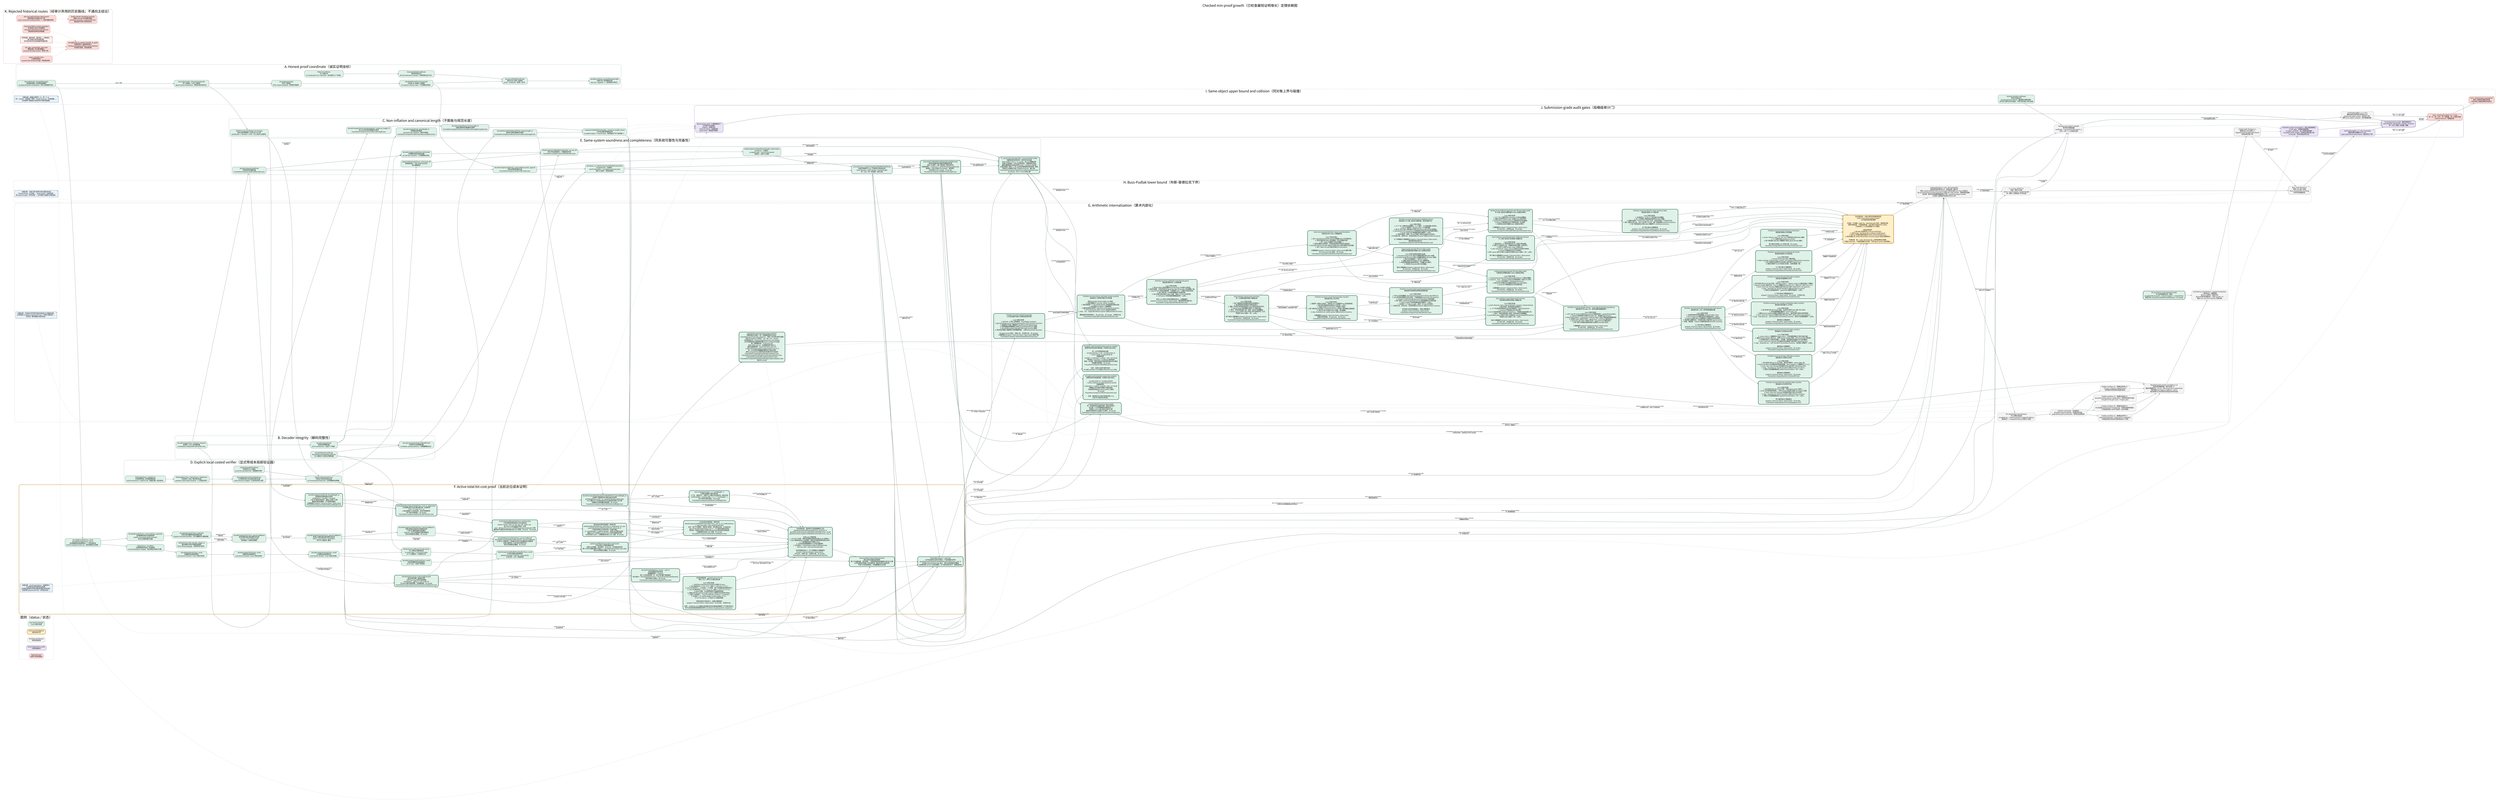
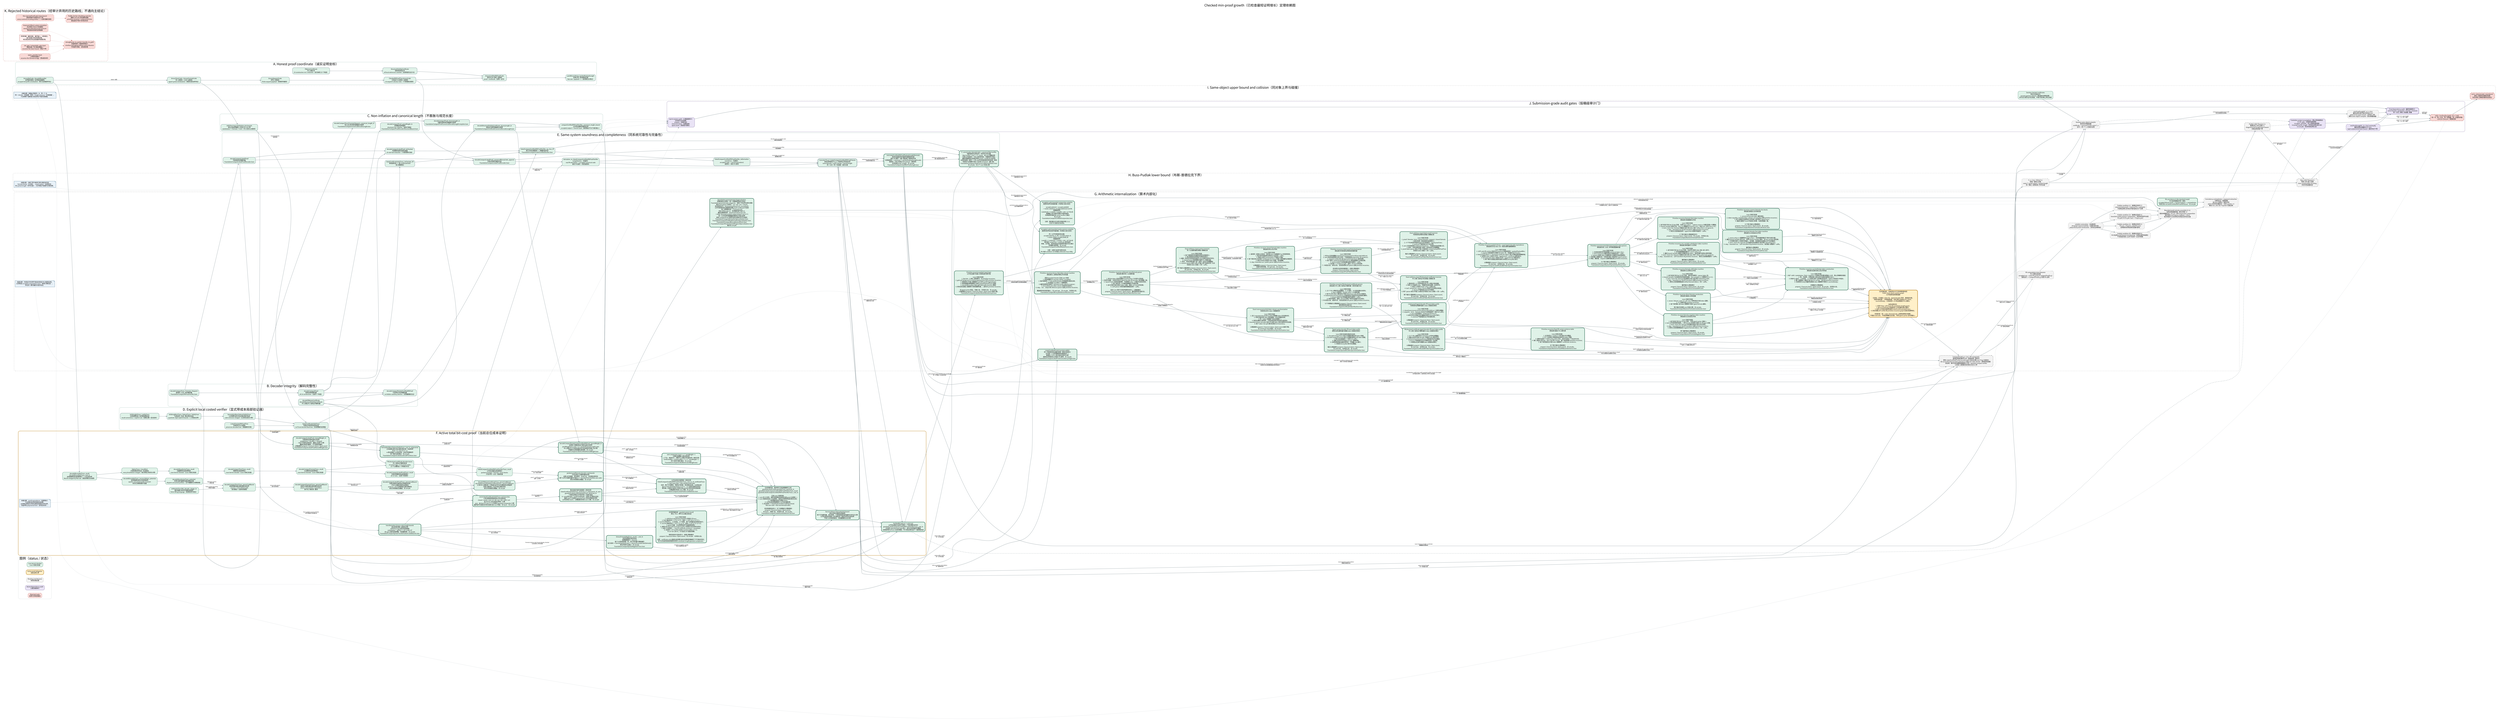
digraph CheckedMinProofDependencies {
  graph [
    rankdir=LR,
    bgcolor="white",
    compound=true,
    newrank=true,
    pad="0.35",
    nodesep="0.30",
    ranksep="0.62",
    fontname="Noto Sans CJK SC",
    fontsize=24,
    label="Checked min-proof growth（已检查最短证明增长）定理依赖图",
    labelloc="t",
    labeljust="c"
  ];
  node [
    shape=box,
    style="rounded,filled",
    fontname="Noto Sans CJK SC",
    fontsize=10.5,
    color="#526d75",
    fillcolor="#eef3f4",
    margin="0.14,0.09",
    penwidth=1.2
  ];
  edge [
    fontname="Noto Sans CJK SC",
    fontsize=8.5,
    color="#65777d",
    arrowsize=0.68,
    penwidth=1.05
  ];

  subgraph cluster_legend {
    label="图例（status / 状态）";
    color="#c8d1d4";
    style="rounded";
    done [label="Lean kernel checked\nLean 内核已检查", fillcolor="#dff2e8", color="#3f7c66"];
    active [label="Active proof obligation\n当前证明义务", fillcolor="#fff0c9", color="#b37a12", penwidth=2.2];
    pending [label="Pending root theorem\n待闭合根定理", fillcolor="#f3f3f3", color="#777777", style="rounded,filled,dashed"];
    audit [label="Axiom/dependency audit\n公理/依赖审计", fillcolor="#e9e3f5", color="#76639a"];
    rejected [label="Rejected route\n经审计弃用的路线", fillcolor="#f8d9d6", color="#a8443d", style="rounded,filled,dashed"];
  }

  subgraph cluster_coordinate {
    label="A. Honest proof coordinate（诚实证明坐标）";
    color="#8fb7aa";
    style="rounded";

    natcode [label="binaryNatCode / decodeBinaryNat\n自然数前缀码 / 自然数前缀解码\nescaped-bit prefix serialization（转义位前缀序列化）", fillcolor="#dff2e8"];
    syntaxcode [label="binaryTermCode + binaryFormulaCode\n项二进制码 + 公式二进制码\ntyped syntax serialization（类型化语法序列化）", fillcolor="#dff2e8"];
    sequentcode [label="binarySequentCode\n序列二进制码\nfinite sequent payload（有限序列载荷）", fillcolor="#dff2e8"];
    prooftree [label="CheckedPAProofTree.binaryCode\n已检查 PA 证明树二进制码\n10 sequent-calculus rules（十条相继式规则）", fillcolor="#dff2e8"];
    axiomcert [label="PAAxiomCertificate\nPA 公理证书\n23 constructors incl. induction（含归纳的 23 个构造）", fillcolor="#dff2e8"];
    structcert [label="StructuralValidityCertificate\n结构有效性证书\nall local witnesses counted（全部局部见证计长）", fillcolor="#dff2e8"];
    certifiedcode [label="binaryCertifiedPAProofCode\n带证书 PA 证明二进制码\nproof + certificate（证明 + 证书）", fillcolor="#dff2e8"];
    packedcode [label="packBinaryString / packedPayloadLength\n位串打包 / 有效载荷长度\nNat.size = payload + 1（自然数位长等式）", fillcolor="#dff2e8"];

    natcode -> syntaxcode [label="labels / 标签"];
    syntaxcode -> sequentcode;
    sequentcode -> prooftree;
    axiomcert -> structcert;
    prooftree -> certifiedcode;
    structcert -> certifiedcode;
    certifiedcode -> packedcode;
  }

  subgraph cluster_decoder {
    label="B. Decoder integrity（解码完整性）";
    color="#8fb7aa";
    style="rounded";

    typeddecoder [label="decodeCompactTerm / Formula / Sequent\n紧凑项 / 公式 / 序列解码器\nFoundationCompactPAProofVerifier.lean", fillcolor="#dff2e8"];
    proofdecoder [label="decodeCompactProof\n紧凑证明树解码器\nall 10 constructors（全部十个构造）", fillcolor="#dff2e8"];
    certdecoder [label="decodePAAxiomCertificate\ndecodeStructuralValidityCertificate\nPA 公理证书 / 结构证书解码器", fillcolor="#dff2e8"];
    packeddecoder [label="decodeCompactPackedCertifiedPAProof\n打包带证书证明解码器\nno hidden auxiliary witness（无隐藏辅助见证）", fillcolor="#dff2e8"];

    typeddecoder -> proofdecoder;
    certdecoder -> packeddecoder;
    proofdecoder -> packeddecoder;
  }

  subgraph cluster_size {
    label="C. Non-inflation and canonical length（不膨胀与规范长度）";
    color="#8fb7aa";
    style="rounded";

    structural [label="decodeCompactProof_parseWeight_le\n证明解码结构量界\nstructural non-inflation（结构不膨胀）\nFoundationCompactProofDecoderStructuralBound.lean", fillcolor="#dff2e8"];
    syntaxcanonical [label="decodeCompactTerm/Formula/Sequent_canonical_length_le\n项/公式/序列规范重编码长度界\nFoundationCompactCanonicalDecodeLength.lean", fillcolor="#dff2e8"];
    proofcanonical [label="decodeCompactProof_binaryLength_le\n完整证明树规范重编码长度界\nFoundationCompactProofCanonicalDecodeLengthComplete.lean", fillcolor="#dff2e8"];
    certcanonical [label="decodeStructuralValidityCertificate_binaryLength_le\n结构证书规范重编码长度界\nFoundationCompactCertificateCanonicalDecodeLength.lean", fillcolor="#dff2e8"];
    totalcanonical [label="compactCertifiedPAProofVerifier_canonical_length_bound\n公开验证器规范载荷总界\naccepted output <= honest input（接受输出不长于诚实输入）", fillcolor="#dff2e8"];
    transformsize [label="shift/free/neg/substitution size bounds\n移位/自由变量嵌入/否定/代入大小界\nsubstitution <= formula × term（代入至多公式乘项）", fillcolor="#dff2e8"];

    typeddecoder -> syntaxcanonical;
    proofdecoder -> structural;
    syntaxcanonical -> proofcanonical;
    certdecoder -> certcanonical;
    proofcanonical -> totalcanonical;
    certcanonical -> totalcanonical;
    syntaxcode -> transformsize;
  }

  subgraph cluster_explicit_local {
    label="D. Explicit local costed verifier（显式带成本局部验证器）";
    color="#8fb7aa";
    style="rounded";

    biteq [label="bitStringEqTrace / natEqTrace\n位串相等轨迹 / 自然数相等轨迹\nresult correctness + explicit cost（结果正确 + 显式成本）", fillcolor="#dff2e8"];
    bitset [label="bitStringMemTrace / SubsetTrace / SetEqTrace\n位串成员 / 包含 / 集合等价轨迹\nquadratic-style explicit bounds（二次型显式界）", fillcolor="#dff2e8"];
    formulalist [label="formulaEq/Mem/Subset/SetEqTrace\n公式相等/成员/包含/集合等价轨迹\ncode emission charged（公式码生成已计费）", fillcolor="#dff2e8"];
    listedtree [label="ListedCheckedPAProofTree\n列表序列 PA 证明树\npreserves decoded lists（保留解码列表）", fillcolor="#dff2e8"];
    listedcert [label="listedCertificateValidTrace\n列表证书有效性成本轨迹\nno Finset decide black box（无有限集判定黑箱）", fillcolor="#dff2e8"];

    biteq -> bitset;
    bitset -> formulalist;
    listedtree -> listedcert;
    formulalist -> listedcert;
    transformsize -> listedcert [label="local transforms\n局部变换"];
  }

  subgraph cluster_same_system {
    label="E. Same-system soundness and completeness（同系统可靠性与完备性）";
    color="#8fb7aa";
    style="rounded";

    listdecoder [label="decodeCompactListedProof\n列表保持证明解码器\nFoundationCompactListedProofDecoder.lean", fillcolor="#dff2e8"];
    projection [label="decodeCompactListedProof_toChecked\n列表解码投影到原检查器\n10-rule fuel induction（十规则燃料归纳）", fillcolor="#dff2e8"];
    localiff [label="listedCertificateValidTrace_toChecked_iff\n新局部轨迹 <-> 原 certificateValid\n语义精确等价", fillcolor="#dff2e8"];
    publiciff [label="listedCompactCertifiedPAProofVerifier_eq_true_iff\n新公开验证器接受 <-> 精确检查关系\nFoundationCompactListedCertifiedVerifier.lean", fillcolor="#dff2e8"];
    soundness [label="listedCompactCertifiedPAProofVerifier_toDerivation\nsoundness（可靠性）\naccepted code -> real PA Derivation2\n接受码 -> 真实 PA 推导", fillcolor="#dff2e8"];
    listencoder [label="decodeCompactListedProof_canonicalBinaryCode_append\n列表证明规范编码往返\nFoundationCompactListedProofEncoder.lean", fillcolor="#dff2e8"];
    completeness [label="derivation_to_listedCompactCertifiedPAProofVerifier\ncompleteness（完备性）\nreal PA derivation -> accepted canonical code\n真实 PA 推导 -> 规范接受码", fillcolor="#dff2e8"];
    predicate [label="Concrete P(x,y) / ListedCompactCertifiedPAProofChecks\n具体证明谓词 P(x,y) / 列表带证书检查关系\nsame formula + same checker + honest length\n同一公式 + 同一检查器 + 诚实长度", fillcolor="#dff2e8", penwidth=2.0];
    minmeasure [
      label="minListedCertifiedPAProofPayloadLength(formula)\n具体检查器诱导的最短完整载荷长度\n真实 PA 推导 -> 最小值由某个接受码实现\n任意接受码 -> minimum <= packedPayloadLength(code)\n接受码 -> 同公式真实 Derivation2（推导树）\n无项目级 proof_length；无 sorryAx\nFoundationCompactListedMinProofLength.lean",
      fillcolor="#dff2e8", color="#2f6f57", penwidth=2.8
    ];
    canonicalnormalize [
      label="P_canon(code, formulaCode) + canonical Bool verifier\n纯数值规范证明关系 + 规范布尔验证器\nBool verifier = true <-> P_canon，由 Lean 精确证明\n任意公开接受码 -> 同公式码规范码，完整载荷不增长\n最短完整载荷必由真实规范 proof + certificate 码实现\n全体码有限一致性 <-> 同 cutoff 的纯数值规范码有限一致性\n非规范/冗余编码不能人为压低 minimum（最小值）\nFoundationCompactListedCanonicalNormalization.lean\n无 sorryAx；仅三个 Lean 标准公理",
      fillcolor="#dff2e8", color="#2f6f57", penwidth=2.8
    ];

    typeddecoder -> listdecoder;
    listdecoder -> projection;
    proofdecoder -> projection;
    listedcert -> localiff;
    projection -> publiciff;
    localiff -> publiciff;
    packeddecoder -> publiciff;
    publiciff -> soundness;
    prooftree -> listencoder;
    listdecoder -> listencoder;
    listencoder -> completeness;
    listedcert -> completeness;
    soundness -> predicate;
    completeness -> predicate;
    predicate -> minmeasure [label="minimum over accepted codes\n对接受码取最小值"];
    completeness -> minmeasure [label="nonempty accepted set\n接受集合非空"];
    publiciff -> canonicalnormalize [label="decode every accepted code\n解码任意接受码"];
    listencoder -> canonicalnormalize [label="canonical re-encoding\n规范重编码"];
    totalcanonical -> canonicalnormalize [label="no payload growth\n载荷不增长"];
    minmeasure -> canonicalnormalize [label="minimum realized canonically\n最小值由规范码实现"];
  }

  subgraph cluster_cost_active {
    label="F. Active total bit-cost proof（当前总位成本证明）";
    color="#c18a27";
    style="rounded,bold";

    nattrace [label="decodeBinaryNatTrace_result\ndecodeBinaryNatTrace_cost_le\n自然数解码轨迹结果等价 + 二次位成本界\nNat.bit charged by Nat.size（按自然数位长收费）", fillcolor="#dff2e8", color="#3f7c66"];
    tracebind [label="OptionTrace + traceBind\n可选结果成本轨迹 + 轨迹绑定\nevery bind/failure charged（每次绑定/失败均计费）", fillcolor="#dff2e8", color="#3f7c66"];
    vectortrace [label="decodeManyVectorTrace_result\n向量解码轨迹结果等价\nLean kernel checked（Lean 内核已检查）", fillcolor="#dff2e8", color="#3f7c66"];
    termtrace [label="decodeCompactTermTrace_result\n项解码轨迹结果等价\nLean kernel checked（Lean 内核已检查）", fillcolor="#dff2e8", color="#3f7c66"];
    formulatrace [label="decodeCompactFormulaTrace_result\n公式解码轨迹结果等价\nLean kernel checked（Lean 内核已检查）", fillcolor="#dff2e8", color="#3f7c66"];
    prooftrace [label="decodeCompactListedProofTrace_result\n列表证明解码轨迹结果等价\nall 10 rules（全部十条规则）", fillcolor="#dff2e8", color="#3f7c66"];
    certtrace [label="PA/structural certificate decoder traces\nPA / 结构证书解码轨迹\n23 axiom tags + 4 recursive nodes\n23 个公理标签 + 4 种递归节点", fillcolor="#dff2e8", color="#3f7c66"];
    publictrace [label="listedCompactCertifiedPAProofVerifierTrace_result\n公开验证器轨迹结果等价\npacked envelope + formula + local checks\n打包外壳 + 公式 + 局部检查", fillcolor="#dff2e8", color="#3f7c66"];
    natpotential [label="decodeBinaryNatTrace_success/failure_potential\n自然数解码成功/失败势能界\nquartic consumed-prefix invariant\n四次已消费前缀不变量", fillcolor="#dff2e8", color="#3f7c66"];
    vectorpotential [label="decodeManyVectorTrace_potential\n任意长度向量解码摊还势能定理\ndisjoint consumed prefixes（互不重叠的已消费前缀）", fillcolor="#dff2e8", color="#3f7c66"];
    symbolcharge [label="arithmeticFunc/Rel_decode_charge_le\n算术函数/关系符号解码收费界\nfinite ORing language（有限有序环语言）", fillcolor="#dff2e8", color="#3f7c66"];
    termpotential [label="decodeCompactTermTrace_parserCostBound\n紧凑项解码器全路径摊还成本界\nsuccess + every failure path\n成功路径 + 全部失败路径", fillcolor="#dff2e8", color="#3f7c66"];
    formulapotential [label="decodeCompactFormulaTrace_parserCostBound\n紧凑公式解码器全路径摊还成本界\natoms / connectives / quantifiers\n原子式 / 联结词 / 量词", fillcolor="#dff2e8", color="#3f7c66"];
    proofpotential [
      label="decodeCompactListedProofTrace_parserCostBound\n列表证明树全路径四次势能成本界\n十条 PA 相继式规则全部通过\nand/cut 二叉子证明势能已望远镜相消\n成功/失败路径全覆盖；无 sorryAx",
      fillcolor="#dff2e8", color="#3f7c66"
    ];
    certpotential [
      label="decodePAAxiomCertificateTrace_parserCostBound\ndecodeStructuralValidityCertificateTrace_parserCostBound\n23 种 PA 公理标签 + 4 种递归证书节点全路径四次势能界\n归纳公理体和二元证书树已摊还闭合\n成功/失败路径全覆盖；无 sorryAx",
      fillcolor="#dff2e8", color="#3f7c66", penwidth=2.2
    ];
    packedcost [
      label="packed proof/formula decoder cost bounds\n打包证明/公式解码器成本界\n证明+证书串联、末位哨兵、dropLast、空后缀全部闭合\n两个公开打包解码器均不超过 2 × decoderPotential(Nat.size code)\n成功/失败路径全覆盖；无 sorryAx",
      fillcolor="#dff2e8", color="#2f6f57", penwidth=2.8
    ];
    transformcode [
      label="transformation binary-code length bounds\n语法变换完整二进制码长界\nshift/free/neg 均至多线性膨胀\nsubstitution：|phi[t]| <= 3(F+1)(W+1)F\n含 qpow 量词深度预算；无隐藏参数；无 sorryAx\nFoundationCompactSyntaxTransformationCodeBounds.lean",
      fillcolor="#dff2e8", color="#2f6f57", penwidth=2.8
    ];
    negtrace [
      label="binaryFormulaNegTrace_result / _cost_le\n否定变换真实递归轨迹\n结果精确等于 ∼formula\n每个公式构造收费一步；原子项向量不重复遍历\n执行成本 <= formulaSymbolCount <= |binaryFormulaCode(formula)|\n单文件探针已通过；无 sorryAx\nFoundationCompactSyntaxNegationTrace.lean",
      fillcolor="#dff2e8", color="#2f6f57", penwidth=2.8
    ];
    axmjoint [
      label="axm comparator input <= 2 * jointWeight + 1\n公理比较器输入联合坐标界\n上下文、候选句子、完整 PA 公理证书均落在同一诚实位权\ncertificateBits + sentenceBits + 1 <= 2 * jointWeight + 1\n四个坐标引理已通过；无 sorryAx\nFoundationCompactListedAxiomJointWeight.lean",
      fillcolor="#dff2e8", color="#2f6f57", penwidth=2.8
    ];
    honestproof [
      label="decodeCompactListedProof_honestWeight_le\n列表保持证明树诚实位权界\nweight(tree) + 8|suffix| <= 8|input|\n十条 PA 规则全部闭合；重复公式逐个计费\n覆盖任意成功解码，不只是规范编码\n公理画像仅 propext / Classical.choice / Quot.sound\nFoundationCompactListedProofHonestWeight.lean",
      fillcolor="#dff2e8", color="#2f6f57", penwidth=2.8
    ];
    honestcert [
      label="decodeCompactPackedListedCertifiedPAProof_honestWeight_le\n证明树+完整结构证书联合诚实位权界\njointWeight(tree,cert) <= 8 * packedPayloadLength(code)\nPA 公理证书 23 标签及递归证书全部由实际输入位计费\n无辅助见证和隐藏长度参数；无 sorryAx\nFoundationCompactListedCertifiedHonestWeight.lean",
      fillcolor="#dff2e8", color="#2f6f57", penwidth=2.8
    ];
    localprimitives [
      label="formulaEq/Mem/Subset/SetEqTrace_cost_le_polynomial\n公式相等/成员/包含/集合等价统一位成本界\nP(w) = 4 + 2(w+3)^2 + w\nw 是全部输入公式码位权，包含列表重复项\n四个端点全部通过；无 sorryAx\nFoundationCompactListedLocalCostPrimitives.lean",
      fillcolor="#dff2e8", color="#2f6f57", penwidth=2.8
    ];
    localbranches9 [
      label="10/10 listedCertificateValidTrace cost branches\n十条证明规则局部成本分支全部闭合\nclosed / verum / and / or / all / exs / wk / shift / cut：\n由 P(G(w)) 及生成语法界统一计费\naxm：由 A(w)=K*(2w+1)^12 的真实 guarded comparator 计费\n最终每节点固定多项式包络已由 Lean 检查；无 haxm、无 sorryAx",
      fillcolor="#dff2e8", color="#2f6f57", penwidth=2.8
    ];
    localinduction [
      label="联合坐标内部归纳骨架 + 具体实例\nlistedCertificateValidTrace_jointCost_le_polynomial_of_axm\nguardedListedCertificateValidTrace_jointCost_le\n十规则证明树/证书同步统一归纳已通过\nb = proofWeight + certificateWeight（证明+证书联合位权）\n抽象 haxm 已由真实 guarded axm 成本定理具体消除\n公开实例无 haxm；公理画像仅标准 Lean 公理；无 sorryAx",
      fillcolor="#dff2e8", color="#2f6f57", penwidth=2.8
    ];
    publicskeleton [
      label="公开总成本内部骨架 + 具体实例\nlistedCompactCertifiedPAProofVerifierTrace_cost_le_of_certificateTrace\ns = Nat.size(code) + Nat.size(formulaCode)\n合并：两个打包解码、局部证书检查、结论集合比较、公式码比较\nQ(s)=4*decoderPotential(s)+L(s)+1，L(s) 是显式固定多项式\n原先唯一内部证书成本义务现已由 guarded 联合成本定理消除\n公理画像仅标准 Lean 公理；无 sorryAx\nFoundationCompactListedPublicCostSkeleton.lean",
      fillcolor="#dff2e8", color="#2f6f57", penwidth=2.8
    ];
    publiccost [
      label="【主终端完成：具体带守卫检查器最终汇合】\nguardedListedCertificateValidTrace_jointCost_le\nguardedListedCompactCertifiedPAProofVerifierTrace_result\nguardedListedCompactCertifiedPAProofVerifierTrace_cost_le\n\n已由 Lean 内核检查：\n1. axm 的 23 标签、接受/拒绝路径和候选长度 guard 全部统一；\n2. axm 局部成本进入与证明树、结构证书相同的诚实联合位权；\n3. 十规则整树成本不再带 haxm；\n4. 公开轨迹结果精确等于公开验证器结果；\n5. 总位成本 <= listedPublicVerifierCostPolynomial(\n   Nat.size code + Nat.size formulaCode)。\n\n定向构建退出码 0；五个关键端点公理画像仅\npropext / Classical.choice / Quot.sound。\n无 haxm、无输入包、无项目公设、无 sorryAx。\nFoundationCompactListedGuardedAxiomCost.lean",
      fillcolor="#dff2e8", color="#2f6f57", penwidth=2.8
    ];
    amortized [label="Success/failure total potential bound\n成功/失败全路径总势能界\n两个打包解码器、语法变换、十规则局部检查和最终比较均已计费\n公开轨迹的所有输入对均满足同一固定多项式位成本界\n不是只分析接受路径；无隐藏辅助见证长度", fillcolor="#dff2e8", color="#2f6f57", style="rounded,filled", penwidth=2.8];
    costnote [shape=note, label="关键注释：result equivalence（结果等价）\n只证明轨迹没有改掉验证结果；\n必须再证明成功/失败全路径的固定多项式界，\n才能声称 polynomial time（多项式时间）。", fillcolor="#e8f1f8", color="#4e7892"];
    transformtrace [label="【共享终端完成：guarded axiom trace】\n移位 / 代入 / 带守卫公理比较轨迹\n\nLean 内核已检查：\n1. shift/free/substitution/list/fixitr 的真实 QTrace；\n2. fixitr 输出码长 <= 4*(L+1)^2；成本 <= 128*(m+L+1)^2*L；\n3. succInd 四次代入、三次否定、三个析取、两个全称量词全部真实执行；\n4. succInd 输出码长 <= 10^7*(L+1)^4；成本 <= 10^11*(L+1)^12；\n5. guard 完备：合法相等候选不会被提前拒绝；\n6. 接受分支 fixitr/allClosure/formulaEq 与拒绝分支总成本均闭合；\n7. 全部 23 标签统一：true iff certificate.sentence = candidate；\n8. 总成本 <= K*(certificateBits+sentenceBits+1)^12，\n   K=10^30+(3B+4)，B 为显式 26 句固定预算。\n\n两条验收命令退出码 0；关键公理画像仅\npropext / Classical.choice / Quot.sound；无 sorryAx、无项目公设。\n\n边界：certificate-only 直接生成完整归纳句在稀疏变量编号下不可能多项式；\n本节点完成的是保持接受关系的 candidate-length guarded comparator。", fillcolor="#dff2e8", color="#2f6f57", style="rounded,filled", penwidth=2.8];
    polytime [label="VerifierBitCost(x,y) <= p(|x|+|y|)\n公开验证器总位成本不超过一个显式固定多项式\nguardedListedCompactCertifiedPAProofVerifierTrace_cost_le\n对全部 code/formulaCode 成立，成功与失败路径均覆盖\n这里是项目 QTrace 位成本模型；PA 内短证明仍由下一簇单独完成", fillcolor="#dff2e8", color="#2f6f57", style="rounded,filled", penwidth=2.8];

    natcode -> nattrace;
    nattrace -> tracebind;
    tracebind -> vectortrace;
    vectortrace -> termtrace;
    termtrace -> formulatrace;
    formulatrace -> prooftrace;
    certdecoder -> certtrace;
    formulatrace -> certtrace;
    prooftrace -> publictrace;
    certtrace -> publictrace;
    publictrace -> amortized [label="exact behavior first\n先固定精确行为"];
    nattrace -> natpotential;
    natpotential -> vectorpotential;
    vectorpotential -> termpotential [label="argument vectors\n参数向量"];
    symbolcharge -> termpotential [label="finite symbol decoding\n有限符号解码"];
    termpotential -> formulapotential [label="terms inside atoms\n原子式中的项"];
    formulapotential -> proofpotential [label="formulas inside sequents\n序列中的公式"];
    proofpotential -> certpotential [label="proof/certificate alignment\n证明树/证书树对齐"];
    formulapotential -> certpotential [label="induction body\n归纳公理体"];
    certpotential -> packedcost [label="proof + certificate stream\n证明 + 证书串"];
    publictrace -> packedcost [label="same executable result\n同一可执行结果"];
    packedcost -> publiccost [label="decoded objects\n已解码对象"];
    transformsize -> transformcode [label="from symbol count to full bits\n从符号数提升到完整位长"];
    transformcode -> negtrace [label="input bit-length control\n输入位长控制"];
    negtrace -> publiccost [label="closed/cut negation charge\n闭合/切规则否定计费"];
    transformcode -> publiccost [label="generated-code bounds\n生成公式码长界"];
    listdecoder -> honestproof [label="all successful parses\n全部成功解码"];
    honestproof -> honestcert [label="proof-tree charge\n证明树计费"];
    certcanonical -> honestcert [label="full certificate bits\n完整证书位"];
    honestcert -> publiccost [label="joint decoded-data bound\n联合解码数据界"];
    honestcert -> axmjoint [label="proof + certificate coordinate\n证明 + 证书坐标"];
    axmjoint -> publiccost [label="guarded comparator input bound\n带守卫比较器输入界"];
    listedcert -> localprimitives [label="exact trace costs\n精确轨迹成本"];
    honestproof -> localprimitives [label="duplicate-preserving weights\n保留重复项位权"];
    localprimitives -> publiccost [label="uniform quadratic bound\n统一二次界"];
    localprimitives -> localbranches9 [label="per-rule instantiation\n逐规则实例化"];
    transformcode -> localbranches9 [label="generated syntax bounds\n生成语法界"];
    localbranches9 -> publiccost [label="nine checked branches\n九条已检查分支"];
    localbranches9 -> localinduction [label="structural aggregation\n结构汇总"];
    localinduction -> publiccost [label="haxm concretely discharged\nhaxm 已由具体定理消除"];
    localinduction -> publicskeleton [label="local certificate polynomial\n局部证书多项式"];
    packedcost -> publicskeleton [label="two packed decoder bounds\n两个打包解码界"];
    honestcert -> publicskeleton [label="decoded joint weight\n解码联合位权"];
    publicskeleton -> publiccost [label="concrete discharge checked\n具体消义务已检查"];
    listedcert -> publiccost [label="explicit local checks\n显式局部检查"];
    publiccost -> amortized;
    totalcanonical -> amortized [label="consumed-length control\n消费长度控制"];
    costnote -> amortized [style=dotted, arrowhead=none, constraint=false];
    transformcode -> transformtrace;
    transformtrace -> publiccost [label="guarded axm + shift/free/substitution costs\n带守卫公理 + 移位/自由化/代入成本"];
    amortized -> polytime;
    transformtrace -> polytime;
    totalcanonical -> polytime [label="input/output length control\n输入输出长度控制"];
    listedcert -> polytime [label="local cost bounds\n局部成本界"];
    predicate -> polytime [label="exact executable relation\n精确可执行关系"];
  }

  subgraph cluster_internalization {
    label="G. Arithmetic internalization（算术内部化）";
    color="#9a9a9a";
    style="rounded,dashed";

    listedconmeta [label="ListedCertifiedFiniteConsistencyAt(k)\n同一列表保持验证器的有限一致性元层语义\n无长度 <= k 的完整载荷码被接受为 ⊥\n普通及 2^(A*n) 放大版本无条件为真\n接受反向恢复同公式真实 PA 推导；无 sorryAx\nFoundationCompactListedFiniteConsistencyTarget.lean", fillcolor="#dff2e8", color="#2f6f57", penwidth=2.8];
    arithinput [label="Primitive-recursive packed input layer\n公开验证器打包输入的原始递归算术层\n\nLean 内核已检查：\n1. Nat.bits（小端二进制展开）为 primitive recursive；\n2. getLast?/dropLast 与 sentinel payload peel 均为 primitive recursive；\n3. 剥离成功 iff 输入精确等于 packBinaryString(payload)；\n4. 新剥离器结果精确等于现有 packedPayloadTrace 结果；\n5. decodeBinaryNat 已由 right-fold state machine 重建；\n6. 新状态机逐输入精确等于原前缀解码器，二者均为 primitive recursive。\n\n无 typed syntax 假设、无输入包、无项目公设、无 sorryAx；\n公理画像仅 propext / Classical.choice / Quot.sound 或其子集。\nFoundationCompactListedVerifierArithmeticInput.lean", fillcolor="#dff2e8", color="#2f6f57", penwidth=2.8];
    tokenstream [label="Primitive-recursive binary-Nat token stream machine\n原始递归二进制自然数记号流机器\n\n具体 bounded iterator 已由 Lean 检查：\n1. 状态明确区分 running / failed / accepted；\n2. 每步调用同一个 decodeBinaryNat 并保留真实剩余位串；\n3. 总步数由 inputBits+1 明确限制；\n4. 最终结果逐位串等于 repeated-prefix reference parser；\n5. binaryNatCode token stream 的规范往返成立；\n6. step、run、output 和 reference parser 全部 primitive recursive。\n\n覆盖畸形和非规范输入；无 rawCode、无 sorryAx、无项目公设。\nFoundationCompactBinaryNatStreamMachine.lean", fillcolor="#dff2e8", color="#2f6f57", penwidth=2.8];
    bitsync [label="Exact noncanonical bit/token stream synchronization\n非规范位流与 token 流精确同步\n\nLean 内核已检查：\n1. 定义 repeated decodeBinaryNat 的精确 token/位后缀关系；\n2. 关系可按任意 token 前后缀唯一切分并重新合成；\n3. 同一 token 前缀留下的位后缀唯一；\n4. 规范位编码只是特例，不把非规范高位零误判为规范码；\n5. bounded stream decoder 成功 iff 全部 token 恰好消费至空位后缀；\n6. 每个 token-list split 都对应真实 bit boundary。\n\n公理画像仅 propext / Classical.choice / Quot.sound 或其子集；\n无 canonical-input 假设、无 sorryAx。\nFoundationCompactBinaryNatStreamSynchronization.lean", fillcolor="#dff2e8", color="#2f6f57", penwidth=2.8];
    syntaxparser [label="Primitive-recursive arithmetic term/formula parser\n原始递归算术项 / 公式解析器\n\nLean 内核已检查：\n1. 纯 Nat token 状态机覆盖 bvar/fvar/func 与全部公式构造；\n2. 有序环函数、关系符号码与 typed decoder 的 decode₂ 条件精确一致；\n3. repeat frame 逐项处理参数，不按稀疏 arity 一次展开巨型任务表；\n4. 每个真实项 / 公式都有精确执行步数定理；\n5. 执行步数不超过真实 token 长度，固定二次 fuel 必然足够；\n6. 公开 parser 对规范编码精确返回同一 suffix。\n\n定向 Lean 探针与目标构建退出码 0；公理画像仅\npropext / Classical.choice / Quot.sound；静态禁用项扫描为空。\nFoundationCompactSyntaxTokenMachine.lean", fillcolor="#dff2e8", color="#2f6f57", penwidth=2.8];
    syntaxinversion [label="Exact arbitrary-input syntax inversion\n项 / 公式解析器任意输入精确反演\n\nLean 内核已检查：\n1. 每个纯数值任务栈都有类型化前缀语义；\n2. 每次数值状态转换反向保持该语义；\n3. 函数 / 关系符号有效码恢复同 arity 的真实有序环符号；\n4. repeat frame 恢复精确长度的 Fin 参数向量；\n5. 成功、失败及畸形输入统一由同一后向不变量覆盖；\n6. numeric parser 返回 suffix iff 输入等于某真实项 / 公式\n   的规范 token 前缀 ++ 同一 suffix。\n\n两个端点公理画像仅 propext / Classical.choice / Quot.sound；\n无 rawCode、无项目公设、无 sorryAx。\nFoundationCompactSyntaxTokenMachineInversion.lean", fillcolor="#dff2e8", color="#2f6f57", penwidth=2.8];
    syntaxbitsync [label="Typed syntax decoder iff exact token prefix\n类型化语法解码器与精确 token 前缀双向等价\n\nLean 内核已检查任意成功位串：\n1. decodeCompactTerm 成功 iff 精确消费该项 token 前缀；\n2. decodeCompactFormula 成功 iff 精确消费该公式 token 前缀；\n3. 两方向均保留同一个真实 bit suffix；\n4. 函数/关系符号代码由 decode₂ 精确恢复；\n5. 任意有限参数向量逐项同步，不隐藏 arity 展开；\n6. 非规范 binaryNat 表示完全覆盖。\n\n端点公理画像仅 propext / Classical.choice / Quot.sound；\n无 rawCode、无项目公设、无 sorryAx。\nFoundationCompactSyntaxBitTokenSynchronization.lean", fillcolor="#dff2e8", color="#2f6f57", penwidth=2.8];
    closedformula [label="Primitive-recursive closed-formula token machine\n原始递归闭公式记号机\n\nLean 内核已检查：\n1. 复用同一紧凑公式语法，但所有 term 位置遇到 fvar 标签即拒绝；\n2. 每次成功恢复真实类型化公式及同一 suffix；\n3. 恢复公式的 freeVariables 严格等于空集；\n4. 每个真实闭公式及每个 ArithmeticSentence 的嵌入规范编码必被接受；\n5. 成功 iff 闭公式规范 token 前缀，双向精确；\n6. step / bounded run / public parser 全部 primitive recursive。\n\n公理画像仅 propext / Classical.choice / Quot.sound；\n无额外闭性参数、无 rawCode、无 sorryAx。\nFoundationCompactClosedFormulaTokenMachine.lean", fillcolor="#dff2e8", color="#2f6f57", penwidth=2.8];
    proofparser [label="Primitive-recursive listed-proof structural parser\n原始递归列表保持证明树结构解析器\n\nLean 内核已检查：\n1. 纯 Nat 任务栈覆盖 closed/axm/verum/and/or/all/exs/wk/shift/cut；\n2. axm 标签现调用独立闭公式机，不再把普通 proposition 当 sentence；\n3. sequent cardinality 由 repeat-formula frame 逐项消费；\n4. 每个真实 ListedCheckedPAProofTree 都有精确执行步数定理；\n5. and/cut 左右子证明按编码顺序消费同一 suffix；\n6. 总步数 <= 2*tokenLength，固定二次 fuel 必然足够；\n7. 十标签分派、闭句分支、总状态机和公开 parser 全部 primitive recursive。\n\n定向探针及目标构建通过；关键公理画像仅\npropext / Classical.choice / Quot.sound。\nFoundationCompactProofTokenMachine.lean", fillcolor="#dff2e8", color="#2f6f57", penwidth=2.8];
    proofinversion [label="Exact arbitrary-input listed-proof inversion\n列表保持证明树任意输入精确反演\n\nLean 内核已检查：\n1. proof / formula / term / repeat-formula / sequent / closed-formula\n   六类任务统一具有类型化前缀语义；\n2. 十个节点标签的每条反向分支均恢复同一 typed proof tree；\n3. and/cut 严格恢复左右子树次序；\n4. axm 分支恢复真实 ArithmeticSentence，不接受含自由变量公式；\n5. 成功、失败及畸形输入由同一后向状态不变量覆盖；\n6. proof token parser 成功 iff 输入为某真实 ListedCheckedPAProofTree\n   的规范 token 前缀 ++ 同一 suffix。\n\n端点公理画像仅 propext / Classical.choice / Quot.sound；\n无 rawCode、无项目公设、无 sorryAx。\nFoundationCompactProofTokenMachineInversion.lean", fillcolor="#dff2e8", color="#2f6f57", penwidth=2.8];
    certparser [label="Primitive-recursive PA/structural certificate parsers\n原始递归 PA 公理 / 结构证书解析器（规范完备方向）\n\nLean 内核已检查：\n1. 23 个 PA 公理标签全部覆盖；0..21 固定，3/4 校验函数/关系码；\n2. tag 22 调用同一 binder-arity-1 公式解析器；\n3. 新 PA 证书 token 编码逐证书等于旧 binary code 的 Nat 前缀流；\n4. leaf/axiomCert/unary/binary 四类结构证书由显式任务栈递归解析；\n5. binary 左右子证书按编码顺序消费同一 suffix；\n6. 线性步数界、固定二次 fuel 和两个规范往返端点均已闭合；\n7. PA 标签分派、结构节点、总状态机和公开 parser 全部 primitive recursive。\n\n七个关键端点公理画像仅 propext / Classical.choice / Quot.sound；\n静态禁用项扫描为空。\nFoundationCompactCertificateTokenMachine.lean", fillcolor="#dff2e8", color="#2f6f57", penwidth=2.8];
    certinversion [label="Exact arbitrary-input PA/structural certificate inversion\nPA 公理 / 结构证书任意输入精确反演\n\nLean 内核已检查：\n1. 固定标签 0..21 逐项恢复对应 PA 公理证书构造器；\n2. 标签 3/4 恢复同 arity、同编码的真实函数 / 关系符号；\n3. 标签 22 恢复 binder-arity-1 归纳公式；\n4. leaf / axiomCert / unary / binary 四类节点全部反向恢复；\n5. binary 严格恢复左右子证书顺序；\n6. 两个 parser 成功 iff 输入为真实证书规范 token 前缀 ++ 同一 suffix。\n\n两个端点公理画像仅 propext / Classical.choice / Quot.sound；\n无 rawCode、无项目公设、无 sorryAx。\nFoundationCompactCertificateTokenMachineInversion.lean", fillcolor="#dff2e8", color="#2f6f57", penwidth=2.8];
    proofbitsync [label="Listed proof typed decoder iff exact token prefix\n列表保持证明解码器与 token 前缀双向等价\n\nLean 内核已检查：\n1. closed/axm/verum/and/or/all/exs/wk/shift/cut 十规则全覆盖；\n2. sequent、term、formula 与左右子证明保留同一真实 bit suffix；\n3. axm 分支恢复同一 ArithmeticSentence；\n4. 成功方向与完备方向均覆盖非规范 binaryNat 表示；\n5. and/cut 严格保留左右子树消费次序。\n\n公理画像仅 propext / Classical.choice / Quot.sound；\n无 rawCode、无项目公设、无 sorryAx。\nFoundationCompactProofBitTokenSynchronization.lean", fillcolor="#dff2e8", color="#2f6f57", penwidth=2.8];
    certbitsync [label="PA/structural certificate typed decoder iff exact token prefix\nPA 公理 / 结构证书解码器与 token 前缀双向等价\n\nLean 内核已检查：\n1. 23 个 PA 公理标签及 induction 公式体全部覆盖；\n2. 函数/关系符号由 decode₂ 恢复同 arity 真实符号；\n3. leaf/axiomCert/unary/binary 四类递归证书全覆盖；\n4. binary 严格保留左右证书顺序及同一位后缀；\n5. 任意成功位串与精确 token 前缀双向等价。\n\n公理画像仅 propext / Classical.choice / Quot.sound；\n无 rawCode、无项目公设、无 sorryAx。\nFoundationCompactCertificateBitTokenSynchronization.lean", fillcolor="#dff2e8", color="#2f6f57", penwidth=2.8];
    packedtokensync [label="Primitive-recursive packed stream + exact typed-decoder equivalence\n原始递归打包 token 流 + 类型化解码器精确等价\n\nLean 内核已检查：\n1. 公开 code 的 sentinel 哨兵位与 payload 剥离使用同一 packedPayloadBits；\n2. payload 逐前缀转为完整 Nat token 流，流函数已证 Primrec；\n3. listed proof tokens ++ structural certificate tokens 按公开解码顺序精确拼接；\n4. 证明码 token 流成功 iff 同一 typed proof + certificate 解码成功；\n5. formulaCode token 流成功 iff 同一 typed formula 解码成功；\n6. 两个等价均保留全载荷消费与非规范 binaryNat 表示。\n\n公理画像仅 propext / Classical.choice / Quot.sound；\n无 rawCode、无项目公设、无 sorryAx。\nFoundationCompactListedPackedBitTokenSynchronization.lean", fillcolor="#dff2e8", color="#2f6f57", penwidth=2.8];
    numericvalues [label="Primitive-recursive term/formula/sequent value parsers\n原始递归项 / 公式 / 序列数值值解析器\n\nLean 内核已检查：\n1. 在结构判断同时保留精确 canonical token slice；\n2. term 与 formula 解析返回已消费值及同一 suffix；\n3. sequent 按首 token 的基数逐公式解析并保持原顺序；\n4. 规范输入精确往返；任意成功输入恢复真实 typed syntax；\n5. 单值、重复值、sequent 总解析器全部 primitive recursive。\n\n九个审计端点公理画像仅\npropext / Classical.choice / Quot.sound；无 sorryAx。\nFoundationCompactNumericSyntaxValueParser.lean", fillcolor="#dff2e8", color="#2f6f57", penwidth=2.8];
    numericchecks [label="Primitive-recursive numeric formula-list checks\n原始递归数值公式列表检查\n\nLean 内核已检查：\n1. canonical formula token 编码单射；\n2. token equality / membership / subset / set equality 全部 primitive recursive；\n3. 四个结果在任意规范公式列表上逐点等于 typed trace；\n4. 重复元素按 Finset 外延语义处理，与原检查器一致。\n\n九个审计端点公理画像仅\npropext / Classical.choice / Quot.sound；无 sorryAx。\nFoundationCompactNumericFormulaListChecks.lean", fillcolor="#dff2e8", color="#2f6f57", penwidth=2.8];
    numericconstructors [label="Primitive-recursive direct formula constructors\n原始递归直接公式构造器\n\nLean 内核已检查：\n1. verum / falsum / and / or / all / exs 六种构造全为纯 token 函数；\n2. 六个函数全部 primitive recursive；\n3. 每个规范输入逐 token 精确等于真实 typed formula 编码。\n\n审计端点仅依赖 Lean 标准公理；无 sorryAx。\nFoundationCompactNumericFormulaConstructors.lean", fillcolor="#dff2e8", color="#2f6f57", penwidth=2.8];
    numericnegation [label="Primitive-recursive formula-negation token machine\n原始递归公式否定记号机\n\nLean 内核已检查：\n1. 运行状态只有 Nat 与 Nat 列表，不把 typed syntax 当输入；\n2. term 记号逐项原样复制，八种 formula 标签执行真实 De Morgan 对偶；\n3. term / term-list / formula 的完整任务执行语义均已闭合；\n4. step、bounded run 与公开 transform 全部 primitive recursive；\n5. 规范公式前缀精确返回 negated formula tokens + 同一 suffix。\n\n两个最终端点公理画像仅\npropext / Classical.choice / Quot.sound；无 sorryAx。\nFoundationCompactNumericFormulaNegation.lean", fillcolor="#dff2e8", color="#2f6f57", penwidth=2.8];
    numericshift [label="Primitive-recursive formula-shift token machine\n原始递归公式移位记号机\n\nLean 内核已检查：\n1. 运行状态只有 Nat 与 Nat 列表，逐任务消费同一 parser token 流；\n2. bound variable 与全部结构标签原样保留，free variable [1,i] 精确变为 [1,i+1]；\n3. term / term-list / formula 的完整执行语义逐点等于 Rewriting.shift；\n4. step、bounded run 与公开 transform 全部 primitive recursive；\n5. 规范公式前缀精确返回 shifted formula tokens + 同一 suffix。\n\n最终端点公理画像仅\npropext / Classical.choice / Quot.sound；无 sorryAx。\nFoundationCompactNumericFormulaShift.lean", fillcolor="#dff2e8", color="#2f6f57", penwidth=2.8];
    numericfree [label="Primitive-recursive formula-free token machine\n原始递归公式自由化记号机\n\nLean 内核已检查：\n1. source arity n+1 精确降到 target arity n，任务栈携带量词下真实当前元数；\n2. 最后 bound variable 变为 &0，较早 bound variable 保持，旧 free variable 取后继；\n3. 仅消费长度为 2 的真实变量头，空消费、失败路径及函数头均不会误触发；\n4. term / term-list / formula 沿元数等式的完整语义逐点等于 Rewriting.free；\n5. step、bounded run、公开 transform 均 primitive recursive，规范输入保留同一 suffix。\n\n最终端点公理画像仅\npropext / Classical.choice / Quot.sound；无 sorryAx。\nFoundationCompactNumericFormulaFree.lean", fillcolor="#dff2e8", color="#2f6f57", penwidth=2.8];
    numericsubstitution [label="Primitive-recursive one-variable substitution token machine\n原始递归单变量代入记号机\n\nLean 内核已检查：\n1. 运行状态只有 Nat 与 Nat 列表，见证项以固定 token 输入进入迭代；\n2. 任务栈精确跟踪量词下 source arity 1+d；\n3. 最后 bound variable 替换为完整闭见证 token，其余变量与结构头原样保留；\n4. term / term-list / formula 完整执行语义逐 token 等于 ((Rew.subst ![w]).qpow d)；\n5. step、bounded run、公开 transform 均 primitive recursive，规范公式前缀保留同一 suffix。\n\n最终端点公理画像仅\npropext / Classical.choice / Quot.sound；无 sorryAx。\nFoundationCompactNumericFormulaSubstitution.lean", fillcolor="#dff2e8", color="#2f6f57", penwidth=2.8];
    numericfixitr [label="Primitive-recursive formula-fixitr token machine\n原始递归变量捕获记号机\n\nLean 内核已检查：\n1. 运行状态只有 Nat 与 Nat 列表，任意 base arity n、capture count m 与量词深度 d 均覆盖；\n2. bound variable 保持不变；free i<m 精确变为 bound n+d+i；其余 free i 变为 free (i-m)；\n3. term / term-list / formula 完整执行语义逐 token 等于 ((Rew.fixitr n m).qpow d)；\n4. step、bounded run 与公开 transform 全部 primitive recursive；\n5. 规范公式前缀返回同一 typed fixitr 结果并保留同一 suffix。\n\n十个审计端点公理画像至多为\npropext / Classical.choice / Quot.sound；无 sorryAx、无项目公设。\nFoundationCompactNumericFormulaFixitr.lean", fillcolor="#dff2e8", color="#2f6f57", penwidth=2.8];
+     numericsuccind [label="Primitive-recursive succInd(body) token construction\n原始递归后继归纳公式记号构造\n\nLean 内核已检查：\n1. 每个 shift / substitution / fixitr / negation 子变换必须完整消费输入公式，禁止忽略畸形尾部；\n2. 零、开放零、开放后继三类见证均为固定纯数值 token；\n3. 四条代入执行、三次否定、三个析取与两个全称量词均在同一 Option 失败语义中组合；\n4. 整个函数输入/输出只有 Nat 与 List Nat，且已证 primitive recursive；\n5. 任意规范 body 的最终结果逐 token 精确等于原定义 succInd(body)。\n\n关键端点公理画像仅\npropext / Classical.choice / Quot.sound；无 sorryAx、无项目公设。\nFoundationCompactNumericSuccIndSentence.lean", fillcolor="#dff2e8", color="#2f6f57", penwidth=2.8];
    numericfixedaxioms [label="Primitive-recursive fixed PA-axiom sentence table\n原始递归固定 PA 公理句表\n\nLean 内核已检查：\n1. 证书标签 0..21 的 22 个非归纳分支全覆盖；\n2. 20 个无参数公理直接返回规范句 token 常量；\n3. 函数外延按 4 个合法 (arity,code) 分派，关系外延按 2 个合法对分派；\n4. 输入/输出只有 Nat、Nat×Nat 和 List Nat，整个查表函数 primitive recursive；\n5. 每个规范固定证书逐 token 精确等于 certificate.sentence。\n\n五个审计端点公理画像仅\npropext / Classical.choice / Quot.sound；无 sorryAx。\nFoundationCompactNumericFixedPAAxiomSentence.lean", fillcolor="#dff2e8", color="#2f6f57", penwidth=2.8];
-     numericparser [label="【主终端当前：归纳公理句的纯数值构造】\nPublic local-check numeric graph\n公开局部检查纯数值图\n\n已闭合：打包输入 token 化、typed decoder 同步、数值语法值、\n四类列表检查、六种直接构造、否定/移位/自由化/代入/fixitr，\n以及标签 0..21 的全部固定 PA 公理句。\n\n当前证明任务：\n1. 纯 token 构造标签 22 的 succInd(body)；\n2. 实现 fvSup / allClosure 及 candidate-length guard；\n3. 合并 23 标签后逐规则复现 listedCertificateValidTrace；\n4. 闭合完整公开 verifier 的 primitive-recursive graph 及逐点结果等式。\n\n完成标准：同一 code / formulaCode 上接受结果逐点相等；\n不借旧 rawCode，不增加隐藏见证长度，不把 typed syntax 当外部输入。", fillcolor="#fff0c9", color="#b37a12", penwidth=2.8];
+     numericparser [label="【主终端当前：归纳闭包与守卫的纯数值构造】\nPublic local-check numeric graph\n公开局部检查纯数值图\n\n已闭合：打包输入 token 化、typed decoder 同步、数值语法值、\n四类列表检查、六种直接构造、否定/移位/自由化/代入/fixitr、\nsuccInd(body)，以及标签 0..21 的全部固定 PA 公理句。\n\n当前证明任务：\n1. 实现 fvSup / allClosure 及 candidate-length guard；\n2. 由 succInd(body) 构造标签 22 的完整归纳公理句；\n3. 合并 23 标签后逐规则复现 listedCertificateValidTrace；\n4. 闭合完整公开 verifier 的 primitive-recursive graph 及逐点结果等式。\n\n完成标准：同一 code / formulaCode 上接受结果逐点相等；\n不借旧 rawCode，不增加隐藏见证长度，不把 typed syntax 当外部输入。", fillcolor="#fff0c9", color="#b37a12", penwidth=2.8];
    compactformula [label="CompactProof(x,y) + Con_PA^compact(k)\n紧凑证明谓词算术公式 + 紧凑有限一致性句\n绿色 ListedCertifiedFiniteConsistencyAt 已给出正确 Lean Prop 元层语义\n旧 succinctFiniteConsistencySentence 仍指 raw-code checker（原始码检查器）\n待证明：算术句标准模型精确等价于同一 guarded compact verifier\n以及短二进制数词实例的公式大小界", fillcolor="#f3f3f3", color="#777777", style="rounded,filled,dashed", penwidth=2.0];
    patrace [label="PA computation-trace theorem\nPA 计算轨迹定理\naccepted run -> short PA proof of CompactProof(x,y)\n接受运行 -> CompactProof(x,y) 的短 PA 证明", fillcolor="#f3f3f3", color="#777777", style="rounded,filled,dashed"];
    suitable [label="suitable numeration（合适枚举）\nbit graph representability（位图可表示性）\npolynomial proof construction（多项式证明构造）", fillcolor="#f3f3f3", color="#777777", style="rounded,filled,dashed"];
    cond0 [label="Pudlak condition (0)（普德拉克条件 0）\nPA 内证明 proof-bound monotonicity（证明长度界单调性）\nP 的较紧/较松 cutoff 可在同一公式中转换", fillcolor="#f3f3f3", color="#777777", style="rounded,filled,dashed"];
    cond1 [label="Pudlak condition (1)（普德拉克条件 1）\nexternal short proof -> internal P(n, code(phi))\n外部短证明以多项式开销内部化为 P 实例", fillcolor="#f3f3f3", color="#777777", style="rounded,filled,dashed"];
    cond2 [label="Pudlak condition (2)（普德拉克条件 2）\nP(n,m) -> P(q1(n), code(P(n,m)))\n证明谓词实例自身的定量内部化", fillcolor="#f3f3f3", color="#777777", style="rounded,filled,dashed"];
    cond3 [label="Pudlak condition (3)（普德拉克条件 3）\nbounded modus ponens composition（有界肯定前件合成）\nP(n,phi) 与 P(n,phi->psi) -> P(q2(n),psi)", fillcolor="#f3f3f3", color="#777777", style="rounded,filled,dashed"];
    mpcompiler [label="Accepted-code bounded modus ponens compiler\n接受码有界肯定前件编译器（外部语义层已闭合）\n\n同一公开列表保持验证器：\naccept(codeImp, A->B) + accept(codeA, A)\n  -> exists codeB, accept(codeB, B)\n完整载荷界：\n|codeB| <= |codeImp| + |codeA| + 240 + 34*S(A,B)\n两份输入 proof tree + certificate 原样复用\n树级、证书级、规范码级及任意接受码端点均已通过\n无隐藏长度参数；无 sorryAx\nFoundationCompactCertifiedModusPonens.lean\n\n注意：这里只关闭外部码合成；\nPA 内部 condition (3) 仍须由 arithmetic trace 内化。", fillcolor="#dff2e8", color="#2f6f57", penwidth=2.8];
    conjcompiler [label="Accepted-code bounded conjunction compiler\n接受码有界合取编译器（外部语义层已闭合）\n\naccept(codeA,A) + accept(codeB,B)\n  -> exists codeAnd, accept(codeAnd,A and B)\n完整载荷界：\n|codeAnd| <= |codeA| + |codeB| + 144 + 11*S(A,B)\n两棵输入树与两份完整证书原样复用\n任意接受码端点及 axiom profile 已通过\n无 sorryAx\nFoundationCompactCertifiedConjunction.lean\n\n注意：固定重言式与原文拼接步骤 (i)-(v)\n以及 PA 内部化仍未闭合。", fillcolor="#dff2e8", color="#2f6f57", penwidth=2.8];
    qdiagonal [label="Quantitative parameterized diagonalization\n定量参数化对角化（同一完整载荷坐标已闭合）\nFoundation parameterized_diagonal₁：固定 P 的全称证明为常数\n真实 Derivation2 实例化：cut + wk + exs + closed\n显式结构证书：binary(unary(baseCert), unary(leaf))\n公开列表保持验证器接受完整 proof+certificate 打包码\n短二进制数码项：2*previous+bit\n码长 O(Nat.size m)，标准模型值严格为 m\n最终完整载荷界：baseProof+baseCert+192\n + 2048*(formulaConstant+stepConstant*|m|+1)^3\n同一公式实例的精确最短载荷也不超过该界\n具体 CompactProof 谓词仍由灰色算术化节点提供\nFoundationCompactDerivationSpecialization.lean\nFoundationCompactCertifiedDerivationSpecialization.lean\nFoundationCompactBinaryNumeralTerm.lean\nFoundationCompactParameterizedDiagonalSpecialization.lean\n端点无 sorryAx", fillcolor="#dff2e8", color="#2f6f57", penwidth=2.8];
    proofassembly [label="Bounded proof-calculus assembly (i)-(v)\n有界证明演算拼接（原文步骤 i-v）\n固定命题重言式 + (0)-(3) + MP/conjunction composition\n逐步得到 not P(q5(m), bottom) -> D(m)\n每次拼接与公式实例化均须显式多项式长度", fillcolor="#f3f3f3", color="#777777", style="rounded,filled,dashed"];
    paconsistency [label="PA consistency in the standard model\nPA 在标准模型中的一致性\naccepted falsum proof -> real Derivation2 -> contradiction\n项目已有 noListedCertifiedPAProofOfFalsum；无 sorryAx", fillcolor="#dff2e8", color="#2f6f57", penwidth=2.4];
    exponentextract [label="Consistency contradiction + exponent extraction\n一致性反证 + 指数提取\n短 D(m) 证明与一致性冲突\nq5(m) 的多项式重标定 -> 存在 epsilon > 0\n推出 Con_A(n) 无 n^epsilon 长度证明", fillcolor="#f3f3f3", color="#777777", style="rounded,filled,dashed"];
    diagonal [label="Pudlak 1986 Theorem 3.1\n普德拉克 1986 定理 3.1\ndiagonal proof-length lower bound\n对角证明长度下界", fillcolor="#f3f3f3", color="#777777", style="rounded,filled,dashed", penwidth=2.0];
    internalnote [shape=note, label="关键注释：外部运行时间界不能自动变成 PA 内部短证明。\n必须构造 accepted computation trace（接受计算轨迹），\n并在同一算术编码中逐步验证。", fillcolor="#e8f1f8", color="#4e7892"];

    predicate -> compactformula [label="exact standard-model relation\n精确标准模型关系"];
    minmeasure -> compactformula [label="same honest payload length\n同一诚实载荷长度"];
    canonicalnormalize -> compactformula [style=dotted, label="normalization audit only; public guarded verifier remains the target\n仅作规范化审计；目标仍是公开带守卫验证器"];
    predicate -> listedconmeta [label="same accepted-code relation\n同一接受码关系"];
    minmeasure -> listedconmeta [label="same payload coordinate\n同一载荷坐标"];
    listedconmeta -> compactformula [label="arithmetize this exact semantics\n算术化这一精确语义"];
    canonicalnormalize -> listedconmeta [label="pointwise same-cutoff equivalence\n逐点同截断值等价"];
    polytime -> arithinput [label="same packed inputs and bit-cost coordinate\n同一打包输入与位成本坐标"];
    arithinput -> tokenstream [label="primitive-recursive payload and Nat-prefix base\n原始递归载荷与自然数前缀基础"];
    tokenstream -> bitsync [label="exact arbitrary-input stream semantics\n任意输入流精确语义"];
    tokenstream -> syntaxparser [label="bounded exact tokenization\n有界精确记号化"];
    bitsync -> syntaxbitsync [label="exact bit suffix invariant\n精确位后缀不变量"];
    syntaxparser -> syntaxbitsync [label="same term/formula token grammar\n同一项/公式 token 文法"];
    syntaxparser -> syntaxinversion [label="backward typed realization invariant\n反向类型化实现不变量"];
    syntaxinversion -> numericvalues [label="arbitrary syntax success is canonical\n任意语法成功均为真实规范前缀"];
    syntaxinversion -> closedformula [label="typed prefix recovery + no-fvar invariant\n类型化前缀恢复 + 无自由变量不变量"];
    closedformula -> proofparser [label="axm sentence task\n公理叶闭句任务"];
    syntaxparser -> proofparser [label="checked syntax-task machine\n已检查语法任务机"];
    syntaxparser -> certparser [label="induction-body formula parser\n归纳公理体公式解析"];
    syntaxinversion -> proofinversion [label="term / formula arbitrary inversion\n项 / 公式任意反演"];
    proofparser -> proofinversion [label="ten-rule numeric state machine\n十规则纯数值状态机"];
    closedformula -> proofinversion [label="real sentence recovery\n真实闭句恢复"];
    proofinversion -> numericparser [label="arbitrary proof success is canonical\n任意证明成功均为真实规范前缀"];
    syntaxinversion -> certinversion [label="induction-formula arbitrary inversion\n归纳公式任意反演"];
    certparser -> certinversion [label="23+4 certificate numeric machines\n23+4 类证书纯数值机"];
    certinversion -> numericparser [label="arbitrary certificate success is canonical\n任意证书成功均为真实规范前缀"];
    syntaxbitsync -> numericparser [label="term/formula typed-bit equivalence closed\n项/公式类型化位级等价已闭合"];
    bitsync -> proofbitsync [label="same exact bit suffix\n同一精确位后缀"];
    syntaxbitsync -> proofbitsync [label="typed sequent/term/formula components\n类型化序列/项/公式部件"];
    proofparser -> proofbitsync [label="same ten-rule token grammar\n同一十规则 token 文法"];
    bitsync -> certbitsync [label="same exact bit suffix\n同一精确位后缀"];
    syntaxbitsync -> certbitsync [label="induction-body formula synchronization\n归纳公式体同步"];
    certparser -> certbitsync [label="same 23+4 token grammar\n同一 23+4 类 token 文法"];
    proofbitsync -> numericparser [label="typed proof bit equivalence closed\n证明树类型化位级等价已闭合"];
    certbitsync -> numericparser [label="typed certificate bit equivalence closed\n证书类型化位级等价已闭合"];
    arithinput -> packedtokensync [label="same sentinel-packed inputs\n同一哨兵位打包输入"];
    tokenstream -> packedtokensync [label="primitive-recursive full tokenization\n原始递归完整 token 化"];
    proofbitsync -> packedtokensync [label="proof segment equivalence\n证明段等价"];
    certbitsync -> packedtokensync [label="certificate segment equivalence\n证书段等价"];
    packedtokensync -> numericvalues [label="same public token streams\n同一公开 token 流"];
    numericvalues -> numericchecks [label="exact numeric syntax values\n精确数值语法值"];
    numericchecks -> numericparser [label="same local list decisions\n同一局部列表判定"];
    numericvalues -> numericconstructors [label="canonical token values\n规范 token 值"];
    numericconstructors -> numericparser [label="six direct formula constructors\n六种直接公式构造"];
    numericvalues -> numericnegation [label="same parser task semantics\n同一解析任务语义"];
    numericnegation -> numericparser [label="exact De Morgan token transform\n精确 De Morgan 记号变换"];
    numericvalues -> numericshift [label="same parser task semantics\n同一解析任务语义"];
    numericshift -> numericparser [label="exact free-index successor transform\n精确自由变量后继变换"];
    numericvalues -> numericfree [label="same parser task and binder arity\n同一解析任务与绑定元数"];
    numericfree -> numericparser [label="exact arity-lowering free transform\n精确降元自由化变换"];
    numericvalues -> numericsubstitution [label="same parser task and witness tokens\n同一解析任务与见证记号"];
    numericsubstitution -> numericparser [label="exact qpow substitution transform\n精确量词下代入变换"];
    numericvalues -> numericfixitr [label="same parser task and binder arity\n同一解析任务与绑定元数"];
    numericfixitr -> numericparser [label="exact qpow fixitr transform\n精确量词下变量捕获变换"];
+     numericconstructors -> numericsuccind [label="or / all token constructors\n析取 / 全称量词记号构造"];
+     numericnegation -> numericsuccind [label="three exact negations\n三次精确否定"];
+     numericshift -> numericsuccind [label="open-substitution namespace shift\n开放代入命名空间移位"];
+     numericsubstitution -> numericsuccind [label="four exact substitution executions\n四条精确代入执行"];
+     numericfixitr -> numericsuccind [label="capture open witnesses\n捕获开放见证"];
+     numericsuccind -> numericparser [label="exact succInd(body) tokens\n精确后继归纳公式记号"];
    certbitsync -> numericfixedaxioms [label="same PA-certificate tags and parameters\n同一 PA 证书标签与参数"];
    numericfixedaxioms -> numericparser [label="tags 0..21 exact sentence tokens\n标签 0..21 精确公理句记号"];
    numericparser -> compactformula [label="same numeric machine graph\n同一纯数值机器图"];
    compactformula -> patrace [label="fixed formula and binary numerals\n固定公式与二进制数词"];
    internalnote -> patrace [style=dotted, arrowhead=none, constraint=false];
    patrace -> suitable;
    suitable -> cond0;
    suitable -> cond1;
    suitable -> cond2;
    suitable -> cond3;
    predicate -> mpcompiler [label="same public verifier\n同一公开验证器"];
    canonicalnormalize -> mpcompiler [label="decoded payload never grows\n解码规范化不增长"];
    mpcompiler -> cond3 [style=dotted, label="external compiler closed; PA internal proof remains\n外部编译已闭合；仍需 PA 内部短证明"];
    predicate -> conjcompiler [label="same public verifier\n同一公开验证器"];
    canonicalnormalize -> conjcompiler [label="decoded payload never grows\n解码规范化不增长"];
    conjcompiler -> proofassembly [style=dotted, label="external conjunction primitive closed\n外部合取原语已闭合"];
    compactformula -> qdiagonal [style=dotted, arrowhead=none, constraint=false, label="later instantiate the closed generic compiler at concrete P\n后续把已闭合通用编译器实例化到具体 P"];
    suitable -> qdiagonal [style=dotted, arrowhead=none, constraint=false, label="concrete P conditions belong to later assembly\n具体 P 条件属于后续拼接"];
    transformcode -> qdiagonal [label="formula-instance size bound already checked\n公式实例大小界已检查"];
    cond0 -> proofassembly;
    cond1 -> proofassembly;
    cond2 -> proofassembly;
    cond3 -> proofassembly;
    qdiagonal -> proofassembly;
    proofassembly -> exponentextract;
    paconsistency -> exponentextract;
    exponentextract -> diagonal;
  }

  subgraph cluster_buss {
    label="H. Buss-Pudlak lower bound（布斯-普德拉克下界）";
    color="#9a9a9a";
    style="rounded,dashed";

    family [label="F_n = Con_T((f(n))^c)\n有限一致性公式族\nsame T / proof system / symbol length\n同一理论 / 证明系统 / 符号长度", fillcolor="#f3f3f3", color="#777777", style="rounded,filled,dashed"];
    rescale [label="Buss 1994 Theorem 5\n布斯 1994 第 5 定理\ntime-constructible rescaling\n时间可构造重标定", fillcolor="#f3f3f3", color="#777777", style="rounded,filled,dashed", penwidth=2.0];
    lower [label="minProofLength(F_n) > U(n) eventually\n最短证明长度最终大于 U(n)\nsuper-polynomial lower bound（超多项式下界）", fillcolor="#e9e3f5", color="#76639a", style="rounded,filled,dashed", penwidth=2.0];
    lowernote [shape=note, label="关键注释：文献下界只能用于原文满足条件的\nformula family（公式族）、proof system（证明系统）\n和 symbol length（符号长度）；名字相似不能替代对象恒等。", fillcolor="#e8f1f8", color="#4e7892"];

    compactformula -> family [label="same CompactProof predicate\n同一紧凑证明谓词"];
    minmeasure -> family [label="exact minimum length coordinate\n精确最短长度坐标"];
    diagonal -> rescale [label="power lower-bound seed\n幂下界种子"];
    family -> rescale;
    rescale -> lower [label="explicit time-constructible f\n显式时间可构造函数 f"];
    lowernote -> rescale [style=dotted, arrowhead=none, constraint=false];
  }

  subgraph cluster_collision {
    label="I. Same-object upper bound and collision（同对象上界与碰撞）";
    color="#9a9a9a";
    style="rounded,dashed";

    sondowcert [label="Sondow checked certificates\n索多已检查证书\nassume gamma rational（假设欧拉常数有理）\n本节点只表示证书已检查，不等于同对象上界已完成", fillcolor="#dff2e8", color="#3f7c66"];
    samecompiler [label="Sondow same-object compiler\n索多同对象编译器\ncertificate -> real proof of the same F_n\n证书 -> 同一 F_n 的真实证明", fillcolor="#f3f3f3", color="#777777", style="rounded,filled,dashed"];
    upper [label="minProofLength(F_n) <= U(n)\n最短证明长度不超过多项式 U(n)\npolynomial upper bound（多项式上界）\n等待 same-object compiler（同对象编译器）", fillcolor="#f3f3f3", color="#777777", style="rounded,filled,dashed"];
    collision [label="U(N) < minProofLength(F_N) <= U(N)\n同一 N、同一公式、同一检查器、同一长度的矛盾\ncollision theorem（碰撞定理）", fillcolor="#f8d9d6", color="#a8443d", style="rounded,filled,dashed", penwidth=2.5];
    final [label="not is_rational euler_mascheroni\n欧拉-马歇罗尼常数非有理\n仅在全部上游根定理闭合后成立", fillcolor="#f8d9d6", color="#a8443d", style="rounded,filled,dashed", penwidth=2.5];
    samenote [shape=note, label="关键注释：碰撞必须是同一 N、同一 F_N、\n同一 checker（检查器）和同一 length measure（长度度量）。\n只证明两个抽象接口各自存在不能形成碰撞。", fillcolor="#e8f1f8", color="#4e7892"];

    sondowcert -> samecompiler;
    family -> samecompiler [label="formula identity\n公式恒等"];
    predicate -> samecompiler [label="same checker/length\n同一检查器/长度"];
    minmeasure -> samecompiler [label="same minimum payload measure\n同一最短载荷度量"];
    samecompiler -> upper [label="canonical accepted proof code\n规范且被接受的证明码"];
    upper -> collision [label="same F_N / same length\n同一 F_N / 同一长度"];
    lower -> collision [label="same F_N / same length\n同一 F_N / 同一长度"];
    samenote -> collision [style=dotted, arrowhead=none, constraint=false];
    collision -> final;
  }

  subgraph cluster_audit {
    label="J. Submission-grade audit gates（投稿级审计门）";
    color="#76639a";
    style="rounded";

    axioms [label="#print axioms audit（公理画像审计）\n已完成节点仅依赖：\npropext（命题外延）\nClassical.choice（经典选择）\nQuot.sound（商类型可靠性）", fillcolor="#e9e3f5", color="#76639a"];
    forbidden [label="Forbidden project assumptions（禁止项目级假设）\nno tail_gap（无尾部间隙参数）\nno upper_provider（无上界提供者参数）\nno project proof_length（无项目证明长度公设）\nno sorryAx（无未完成证明公设）", fillcolor="#e9e3f5", color="#76639a"];
    gate [label="Final dependency audit（最终依赖审计）\nsame formula / parameter / checker / measure\n同一公式 / 参数 / 检查器 / 度量", fillcolor="#e9e3f5", color="#76639a", penwidth=2.0];

    totalcanonical -> axioms [style=dotted];
    publiciff -> axioms [style=dotted];
    completeness -> axioms [style=dotted];
    nattrace -> axioms [style=dotted];
    polytime -> forbidden [style=dashed];
    diagonal -> forbidden [style=dashed];
    samecompiler -> forbidden [style=dashed];
    lower -> gate;
    upper -> gate;
    axioms -> gate;
    forbidden -> gate;
    gate -> collision [style=dashed, label="audit pass\n审计通过"];
  }

  subgraph cluster_rejected_routes {
    label="K. Rejected historical routes（经审计弃用的历史路线；不通向主结论）";
    color="#a8443d";
    style="rounded,dashed";

    rawgodel [label="Nat.size(rawProofCode) lower bound\n原始哥德尔证明码位长下界\nunary-numeral encoding artifact（一元数词编码伪影）", fillcolor="#f8d9d6", color="#a8443d", style="rounded,filled,dashed"];
    postfixraw [label="Postfix checker rebuilding rawCode\n重建 rawCode 的后缀检查器\nprimitive recursive != polynomial time\n原始递归不等于多项式时间", fillcolor="#f8d9d6", color="#a8443d", style="rounded,filled,dashed"];
    abstractgap [label="tail_gap / computable_gap input\n尾部间隙 / 可计算间隙输入\nassumes the lower bound（预设下界）", fillcolor="#f8d9d6", color="#a8443d", style="rounded,filled,dashed"];
    abstractupper [label="upper_provider input\n上界提供者输入\nassumes the Sondow bridge（预设索多桥）", fillcolor="#f8d9d6", color="#a8443d", style="rounded,filled,dashed"];
    unsimulated [label="Unproved Hilbert-system simulation\n未证明的 Hilbert 系统模拟\nwrong/uncalibrated proof measure\n错误或未校准的证明度量", fillcolor="#f8d9d6", color="#a8443d", style="rounded,filled,dashed"];
    graft [label="strengthened_to_partial / transfer_to_graft\n加强到部分 / 嫁接转移接口\ninterface packaging without source theorem\n只有接口包装、没有源定理", fillcolor="#f8d9d6", color="#a8443d", style="rounded,filled,dashed"];
    rejectednote [shape=note, label="弃用判据：编码伪影、循环输入、对象错位，\n或只给接口而没有根定理。\n本区域没有任何边连接最终碰撞定理。", fillcolor="#fff1f0", color="#a8443d"];

    rawgodel -> postfixraw [style=dotted, color="#a8443d"];
    abstractgap -> graft [style=dotted, color="#a8443d"];
    abstractupper -> graft [style=dotted, color="#a8443d"];
    unsimulated -> graft [style=dotted, color="#a8443d"];
    rejectednote -> graft [style=dotted, arrowhead=none, color="#a8443d"];
  }
}
